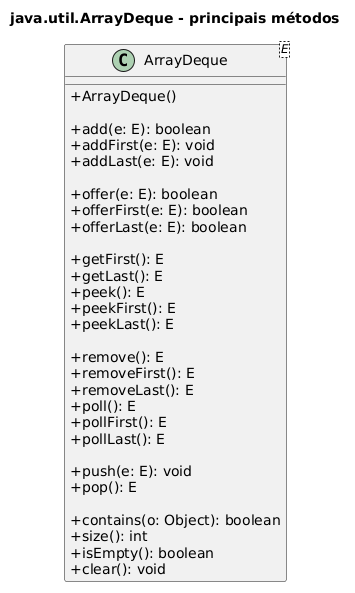
Earlier version of the PlantUML export subjects/poo/images/11-arraydeque-methods.png (fabriciosantana/idp-marp-slides).
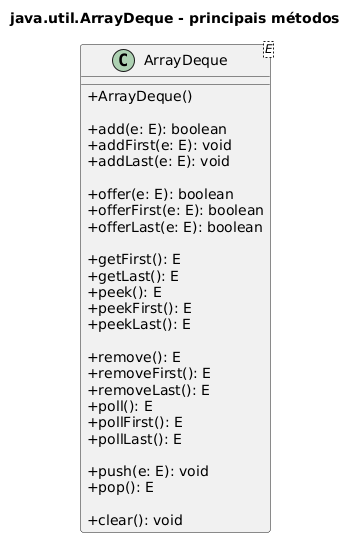
After the change.

What changed in the source:
```diff
@@ -30,9 +30,6 @@
   + push(e: E): void
   + pop(): E
 
-  + contains(o: Object): boolean
-  + size(): int
-  + isEmpty(): boolean
   + clear(): void
 }
 
```
